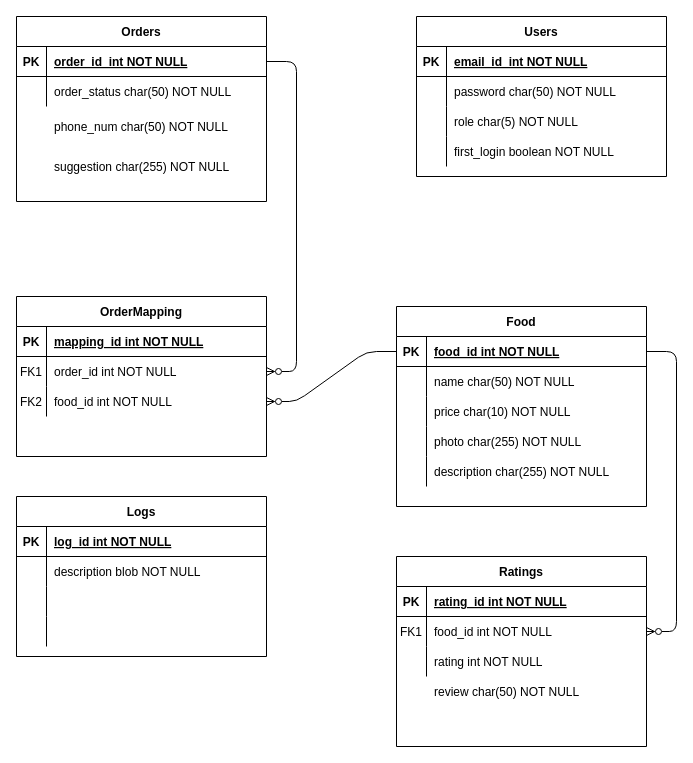
Before: assets/erdiagram.drawio in ashawe/Restaurant-Ordering-System, a draw.io diagram. Source tidied: cells renumbered, new cells numbered last; positions are measured from the earlier drawing's top-left corner, leaving out a move shared by most shapes. Both pictures are drawn from the tidied source at 100%, with x=0, y=0 at pixel (16, 16).
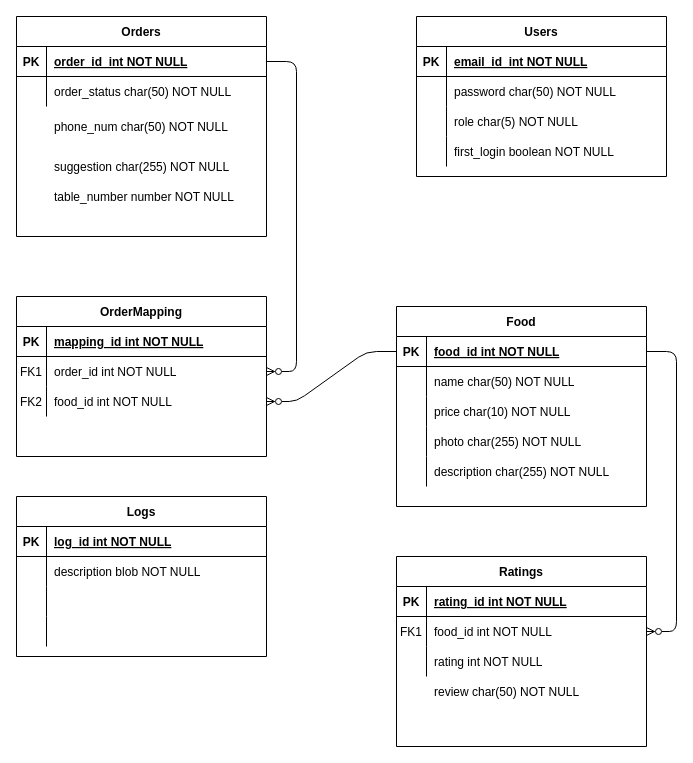
Above is the later version.

Change to the diagram source:
```diff
@@
     <mxCell id="15" style="group;" parent="1" vertex="1">
-      <mxGeometry width="250" height="185" as="geometry" />
+      <mxGeometry width="250" height="220" as="geometry" />
     </mxCell>
     <mxCell id="16" value="Orders" style="shape=table;startSize=30;childLayout=tableLayout;rowLines=0;fontStyle=1;align=center;" parent="15" vertex="1">
-      <mxGeometry width="250" height="185" as="geometry" />
+      <mxGeometry width="250" height="220" as="geometry" />
     </mxCell>
@@
+    <mxCell id="80" style="shape=partialRectangle;fillColor=none;top=0;left=0;right=0;bottom=0;" parent="15" vertex="1">
+      <mxGeometry y="165" width="250" height="30" as="geometry" />
+    </mxCell>
+    <mxCell id="81" style="shape=partialRectangle;overflow=hidden;fillColor=none;top=0;left=0;bottom=0;right=0;" parent="80" vertex="1">
+      <mxGeometry width="30" height="30" as="geometry" />
+    </mxCell>
+    <mxCell id="82" value="table_number number NOT NULL" style="shape=partialRectangle;overflow=hidden;fillColor=none;top=0;left=0;bottom=0;right=0;align=left;spacingLeft=6;" parent="80" vertex="1">
+      <mxGeometry x="30" width="220" height="30" as="geometry" />
+    </mxCell>
```
